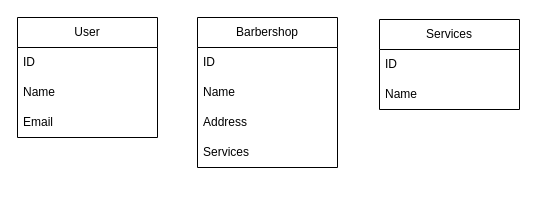
RobAb2023/FSW_Barber keeps this draw.io diagram as FSWBarber.drawio. Above is the earlier version. Source tidied: cells renumbered, new cells numbered last; positions are measured from the earlier drawing's top-left corner, leaving out a move shared by most shapes. Both pictures are drawn from the tidied source at 100%, with x=0, y=0 at pixel (17, 17).
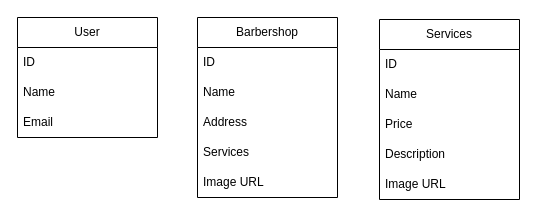
The same page after the edit.

The edit, as a diff of the source:
```diff
@@
 <mxGraphModel>
   <root>
     <mxCell id="0" />
     <mxCell id="1" parent="0" />
     <mxCell id="2" value="User" style="swimlane;fontStyle=0;horizontal=1;startSize=30;whiteSpace=wrap;html=1;" parent="1" vertex="1">
       <mxGeometry width="140" height="120" as="geometry" />
     </mxCell>
     <mxCell id="3" value="ID" style="text;strokeColor=none;fillColor=none;align=left;verticalAlign=middle;spacingLeft=4;spacingRight=4;overflow=hidden;whiteSpace=wrap;html=1;" parent="2" vertex="1">
       <mxGeometry y="30" width="140" height="30" as="geometry" />
     </mxCell>
     <mxCell id="4" value="Name" style="text;strokeColor=none;fillColor=none;align=left;verticalAlign=middle;spacingLeft=4;spacingRight=4;overflow=hidden;whiteSpace=wrap;html=1;" parent="2" vertex="1">
       <mxGeometry y="60" width="140" height="30" as="geometry" />
     </mxCell>
     <mxCell id="5" value="Email" style="text;strokeColor=none;fillColor=none;align=left;verticalAlign=middle;spacingLeft=4;spacingRight=4;overflow=hidden;whiteSpace=wrap;html=1;" parent="2" vertex="1">
       <mxGeometry y="90" width="140" height="30" as="geometry" />
     </mxCell>
     <mxCell id="6" value="Barbershop" style="swimlane;fontStyle=0;horizontal=1;startSize=30;whiteSpace=wrap;html=1;" parent="1" vertex="1">
-      <mxGeometry x="180" width="140" height="150" as="geometry" />
+      <mxGeometry x="180" width="140" height="180" as="geometry" />
     </mxCell>
     <mxCell id="7" value="ID" style="text;strokeColor=none;fillColor=none;align=left;verticalAlign=middle;spacingLeft=4;spacingRight=4;overflow=hidden;whiteSpace=wrap;html=1;" parent="6" vertex="1">
       <mxGeometry y="30" width="140" height="30" as="geometry" />
     </mxCell>
     <mxCell id="8" value="Name" style="text;strokeColor=none;fillColor=none;align=left;verticalAlign=middle;spacingLeft=4;spacingRight=4;overflow=hidden;whiteSpace=wrap;html=1;" parent="6" vertex="1">
       <mxGeometry y="60" width="140" height="30" as="geometry" />
     </mxCell>
     <mxCell id="9" value="Address" style="text;strokeColor=none;fillColor=none;align=left;verticalAlign=middle;spacingLeft=4;spacingRight=4;overflow=hidden;whiteSpace=wrap;html=1;" parent="6" vertex="1">
       <mxGeometry y="90" width="140" height="30" as="geometry" />
     </mxCell>
     <mxCell id="10" value="Services" style="text;strokeColor=none;fillColor=none;align=left;verticalAlign=middle;spacingLeft=4;spacingRight=4;overflow=hidden;whiteSpace=wrap;html=1;" parent="6" vertex="1">
       <mxGeometry y="120" width="140" height="30" as="geometry" />
     </mxCell>
+    <mxCell id="14" value="Image URL" style="text;strokeColor=none;fillColor=none;align=left;verticalAlign=middle;spacingLeft=4;spacingRight=4;overflow=hidden;whiteSpace=wrap;html=1;" parent="6" vertex="1">
+      <mxGeometry y="150" width="140" height="30" as="geometry" />
+    </mxCell>
     <mxCell id="11" value="Services" style="swimlane;fontStyle=0;horizontal=1;startSize=30;whiteSpace=wrap;html=1;" parent="1" vertex="1">
-      <mxGeometry x="362" y="2" width="140" height="90" as="geometry" />
+      <mxGeometry x="362" y="2" width="140" height="180" as="geometry" />
     </mxCell>
     <mxCell id="12" value="ID" style="text;strokeColor=none;fillColor=none;align=left;verticalAlign=middle;spacingLeft=4;spacingRight=4;overflow=hidden;whiteSpace=wrap;html=1;" parent="11" vertex="1">
       <mxGeometry y="30" width="140" height="30" as="geometry" />
     </mxCell>
     <mxCell id="13" value="Name" style="text;strokeColor=none;fillColor=none;align=left;verticalAlign=middle;spacingLeft=4;spacingRight=4;overflow=hidden;whiteSpace=wrap;html=1;" parent="11" vertex="1">
       <mxGeometry y="60" width="140" height="30" as="geometry" />
     </mxCell>
+    <mxCell id="15" value="Price" style="text;strokeColor=none;fillColor=none;align=left;verticalAlign=middle;spacingLeft=4;spacingRight=4;overflow=hidden;whiteSpace=wrap;html=1;" parent="11" vertex="1">
+      <mxGeometry y="90" width="140" height="30" as="geometry" />
+    </mxCell>
+    <mxCell id="16" value="Description" style="text;strokeColor=none;fillColor=none;align=left;verticalAlign=middle;spacingLeft=4;spacingRight=4;overflow=hidden;whiteSpace=wrap;html=1;" parent="11" vertex="1">
+      <mxGeometry y="120" width="140" height="30" as="geometry" />
+    </mxCell>
+    <mxCell id="17" value="Image URL" style="text;strokeColor=none;fillColor=none;align=left;verticalAlign=middle;spacingLeft=4;spacingRight=4;overflow=hidden;whiteSpace=wrap;html=1;" parent="11" vertex="1">
+      <mxGeometry y="150" width="140" height="30" as="geometry" />
+    </mxCell>
   </root>
 </mxGraphModel>
```
